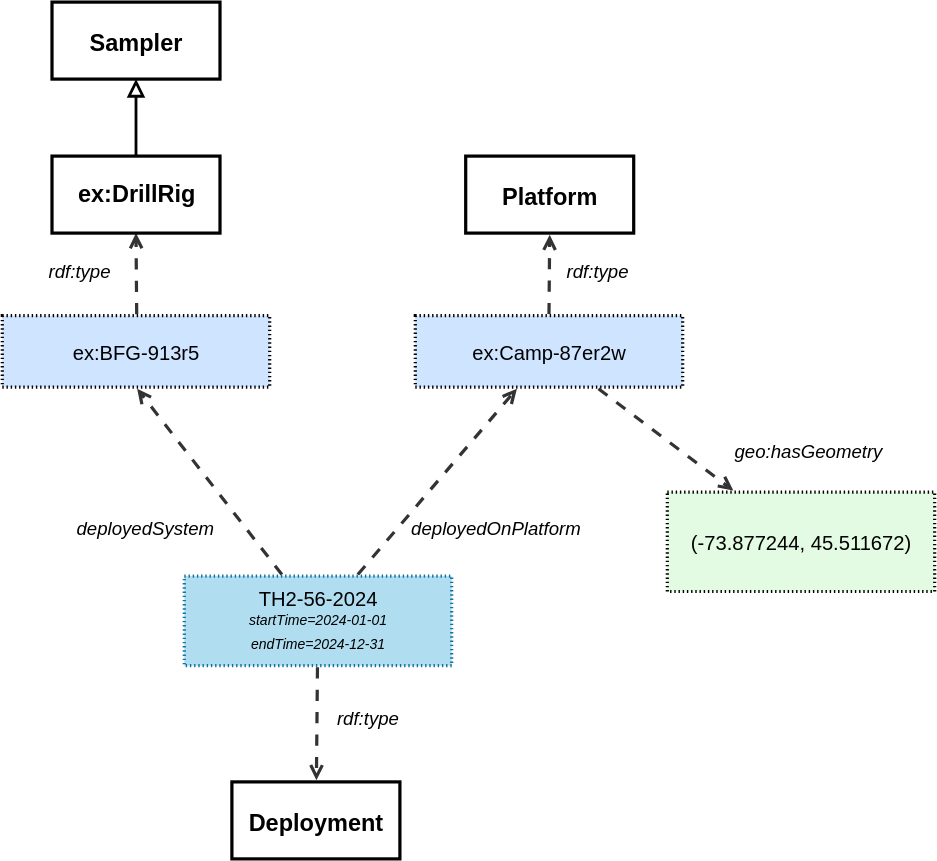
Earlier version of the draw.io export ssn/images/LocatedSamplerDeployment.svg (w3c/sdw-sosa-ssn). Source tidied: cells renumbered, new cells last; positions are measured from the earlier drawing's top-left corner, leaving out a move shared by most shapes.
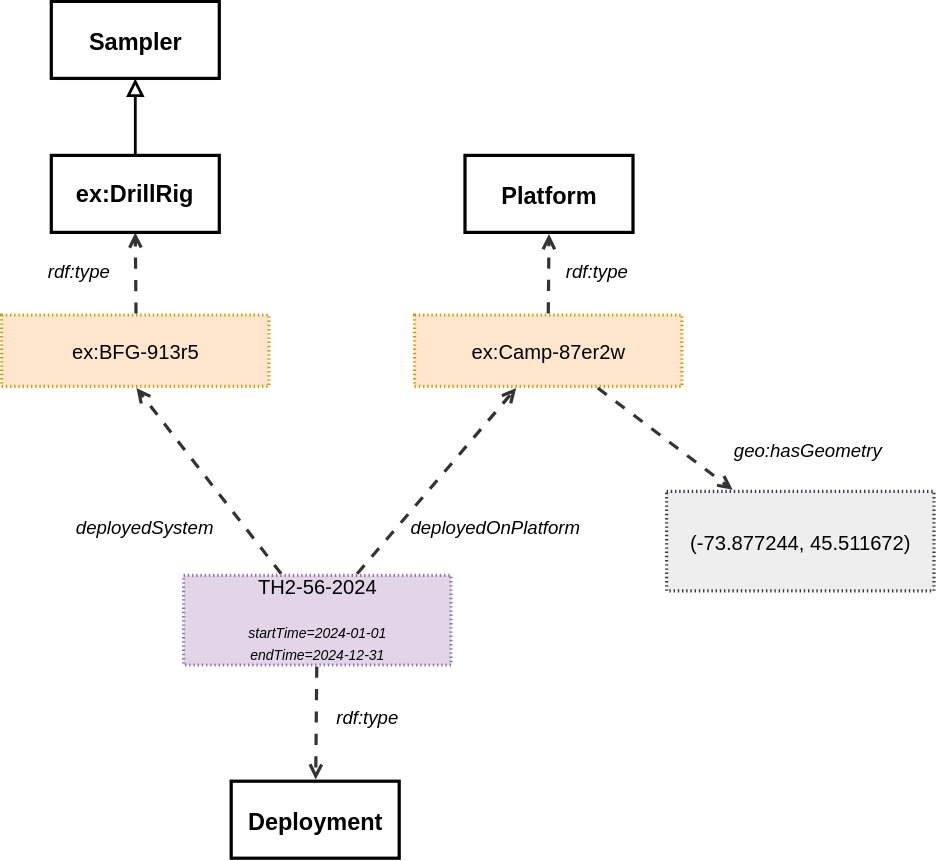
After the commit.

Change to the diagram source:
```diff
@@ -10,10 +10,10 @@
     <mxCell id="3" style="html=1;jettySize=18;whiteSpace=wrap;fontSize=13;strokeColor=#333333;strokeOpacity=100;dashed=1;fixDash=1;dashPattern=8 8;strokeWidth=2.3;rounded=0;startArrow=none;endArrow=open;exitX=0.649;exitY=-0.018;exitPerimeter=0;entryX=0.38;entryY=1.022;entryPerimeter=0;lucidId=sctLJVu9iMUp;fontColor=default;convertToSvg=1;fontFamily=Helvetica;" parent="1" edge="1" source="5" target="4">
       <mxGeometry relative="1" as="geometry" />
     </mxCell>
-    <mxCell id="4" value="&lt;span style=&quot;&quot;&gt;ex:Camp-87er2w&lt;/span&gt;" style="html=1;overflow=block;blockSpacing=1;whiteSpace=wrap;fontSize=14.4;fontFamily=Helvetica;fontColor=default;align=center;spacing=0;strokeOpacity=100;fillOpacity=100;fillColor=#cfe4ff;dashed=1;fixDash=1;dashPattern=1 2;strokeWidth=2.3;convertToSvg=1;" parent="1" vertex="1">
+    <mxCell id="4" value="&lt;span style=&quot;&quot;&gt;ex:Camp-87er2w&lt;/span&gt;" style="html=1;overflow=block;blockSpacing=1;whiteSpace=wrap;fontSize=14.4;fontFamily=Helvetica;align=center;spacing=0;strokeOpacity=100;fillOpacity=100;fillColor=#ffe6cc;dashed=1;fixDash=1;dashPattern=1 2;strokeWidth=2.3;convertToSvg=1;strokeColor=#d79b00;" parent="1" vertex="1">
       <mxGeometry x="295" y="224" width="191" height="51" as="geometry" />
     </mxCell>
-    <mxCell id="5" value="&lt;div style=&quot;display: flex; justify-content: center; text-align: center; align-items: baseline; font-size: 0; line-height: 1.25;margin-top: -2px;&quot;&gt;&lt;span&gt;&lt;span style=&quot;font-size: 14.4px;&quot;&gt;&lt;font&gt;TH2-56-2024&lt;br&gt;&lt;/font&gt;&lt;/span&gt;&lt;/span&gt;&lt;/div&gt;&lt;div style=&quot;display: flex; justify-content: center; text-align: center; align-items: baseline; font-size: 0; line-height: 1.25;margin-top: -2px;&quot;&gt;&lt;span&gt;&lt;span style=&quot;font-size: 13px;&quot;&gt;&lt;span style=&quot;font-size: 10px; font-style: italic;&quot;&gt;&lt;font&gt;startTime=2024-01-01&lt;br&gt;endTime=2024-12-31&lt;/font&gt;&lt;/span&gt;&lt;/span&gt;&lt;/span&gt;&lt;/div&gt;" style="align=center;whiteSpace=wrap;overflow=block;blockSpacing=1;html=1;fontFamily=Helvetica;fontSize=13;spacing=0;strokeOpacity=100;fillOpacity=100;fillColor=#b1ddf0;dashed=1;fixDash=1;dashPattern=1 2;strokeWidth=2.3;strokeColor=#10739e;fontColor=default;convertToSvg=1;" parent="1" vertex="1">
+    <mxCell id="5" value="&lt;div style=&quot;display: flex; justify-content: center; text-align: center; align-items: baseline; font-size: 0; line-height: 1.25;margin-top: -2px;&quot;&gt;&lt;span&gt;&lt;span style=&quot;font-size: 14.4px;&quot;&gt;&lt;font&gt;TH2-56-2024&lt;br&gt;&lt;/font&gt;&lt;/span&gt;&lt;/span&gt;&lt;/div&gt;&lt;div style=&quot;display: flex; justify-content: center; text-align: center; align-items: baseline; font-size: 0; line-height: 1.25;margin-top: -2px;&quot;&gt;&lt;span&gt;&lt;span style=&quot;font-size: 13px;&quot;&gt;&lt;span style=&quot;font-size: 10px; font-style: italic;&quot;&gt;&lt;font&gt;startTime=2024-01-01&lt;br&gt;endTime=2024-12-31&lt;/font&gt;&lt;/span&gt;&lt;/span&gt;&lt;/span&gt;&lt;/div&gt;" style="align=center;whiteSpace=wrap;overflow=block;blockSpacing=1;html=1;fontFamily=Helvetica;fontSize=13;spacing=0;strokeOpacity=100;fillOpacity=100;fillColor=#e1d5e7;dashed=1;fixDash=1;dashPattern=1 2;strokeWidth=2.3;strokeColor=#9673a6;convertToSvg=1;" parent="1" vertex="1">
       <mxGeometry x="130" y="410" width="191" height="64" as="geometry" />
     </mxCell>
     <mxCell id="6" value="Platform" style="html=1;overflow=block;blockSpacing=1;whiteSpace=wrap;fontSize=16.8;fontColor=default;fontStyle=1;align=center;spacing=0;strokeOpacity=100;fillOpacity=0;fillColor=#000000;strokeWidth=2.3;convertToSvg=1;fontFamily=Helvetica;" parent="1" vertex="1">
@@ -40,7 +40,7 @@
     <mxCell id="13" value="rdf:type" style="html=1;overflow=block;blockSpacing=1;whiteSpace=wrap;fontSize=13.3;fontStyle=2;align=left;spacing=3.8;verticalAlign=top;strokeColor=none;fillOpacity=0;fillColor=#ffffff;dashed=1;fixDash=1;dashPattern=16 6;strokeWidth=0;lucidId=IUtLrM7hSAFz;fontColor=default;convertToSvg=1;fontFamily=Helvetica;" parent="1" vertex="1">
       <mxGeometry x="236" y="501" width="70" height="28" as="geometry" />
     </mxCell>
-    <mxCell id="14" value="&lt;font&gt;(-73.877244, 45.511672)&lt;/font&gt;" style="points=[[0.247,-0.016,0]];html=1;overflow=block;blockSpacing=1;whiteSpace=wrap;fontSize=14.4;fontFamily=Helvetica;fontColor=default;align=center;spacing=0;strokeOpacity=100;fillOpacity=100;fillColor=#e3fae3;dashed=1;fixDash=1;dashPattern=1 2;strokeWidth=2.3;convertToSvg=1;" parent="1" vertex="1">
+    <mxCell id="14" value="&lt;font&gt;(-73.877244, 45.511672)&lt;/font&gt;" style="points=[[0.247,-0.016,0]];html=1;overflow=block;blockSpacing=1;whiteSpace=wrap;fontSize=14.4;fontFamily=Helvetica;align=center;spacing=0;strokeOpacity=100;fillOpacity=100;fillColor=#eeeeee;dashed=1;fixDash=1;dashPattern=1 2;strokeWidth=2.3;convertToSvg=1;strokeColor=#36393d;" parent="1" vertex="1">
       <mxGeometry x="475" y="350" width="191" height="71" as="geometry" />
     </mxCell>
     <mxCell id="15" style="html=1;jettySize=18;whiteSpace=wrap;fontSize=13;strokeColor=#333333;strokeOpacity=100;dashed=1;fixDash=1;dashPattern=8 8;strokeWidth=2.3;rounded=0;startArrow=none;endArrow=open;exitX=0.685;exitY=1.022;exitPerimeter=0;entryX=0.247;entryY=-0.016;entryPerimeter=0;lucidId=ZYtLhyIyaS8z;fontColor=default;convertToSvg=1;fontFamily=Helvetica;" parent="1" edge="1" source="4" target="14">
@@ -49,7 +49,7 @@
     <mxCell id="16" value="geo:hasGeometry" style="html=1;overflow=block;blockSpacing=1;whiteSpace=wrap;fontSize=13.3;fontStyle=2;align=left;spacing=3.8;verticalAlign=top;strokeColor=none;fillOpacity=0;fillColor=#ffffff;dashed=1;fixDash=1;dashPattern=16 6;strokeWidth=0;lucidId=.YtLANzjclbX;fontColor=default;convertToSvg=1;fontFamily=Helvetica;" parent="1" vertex="1">
       <mxGeometry x="520" y="310" width="101" height="24" as="geometry" />
     </mxCell>
-    <mxCell id="17" value="&lt;font&gt;ex:BFG-913r5&lt;/font&gt;" style="html=1;overflow=block;blockSpacing=1;whiteSpace=wrap;fontSize=14.4;fontFamily=Helvetica;fontColor=default;align=center;spacing=0;strokeOpacity=100;fillOpacity=100;fillColor=#cfe4ff;dashed=1;fixDash=1;dashPattern=1 2;strokeWidth=2.3;convertToSvg=1;" parent="1" vertex="1">
+    <mxCell id="17" value="&lt;font&gt;ex:BFG-913r5&lt;/font&gt;" style="html=1;overflow=block;blockSpacing=1;whiteSpace=wrap;fontSize=14.4;fontFamily=Helvetica;align=center;spacing=0;strokeOpacity=100;fillOpacity=100;fillColor=#ffe6cc;dashed=1;fixDash=1;dashPattern=1 2;strokeWidth=2.3;convertToSvg=1;strokeColor=#d79b00;" parent="1" vertex="1">
       <mxGeometry y="224" width="191" height="51" as="geometry" />
     </mxCell>
     <mxCell id="18" value="Sampler" style="html=1;overflow=block;blockSpacing=1;whiteSpace=wrap;fontSize=16.8;fontColor=default;fontStyle=1;align=center;spacing=0;strokeOpacity=100;fillOpacity=0;fillColor=#000000;strokeWidth=2.3;convertToSvg=1;fontFamily=Helvetica;" parent="1" vertex="1">
```
